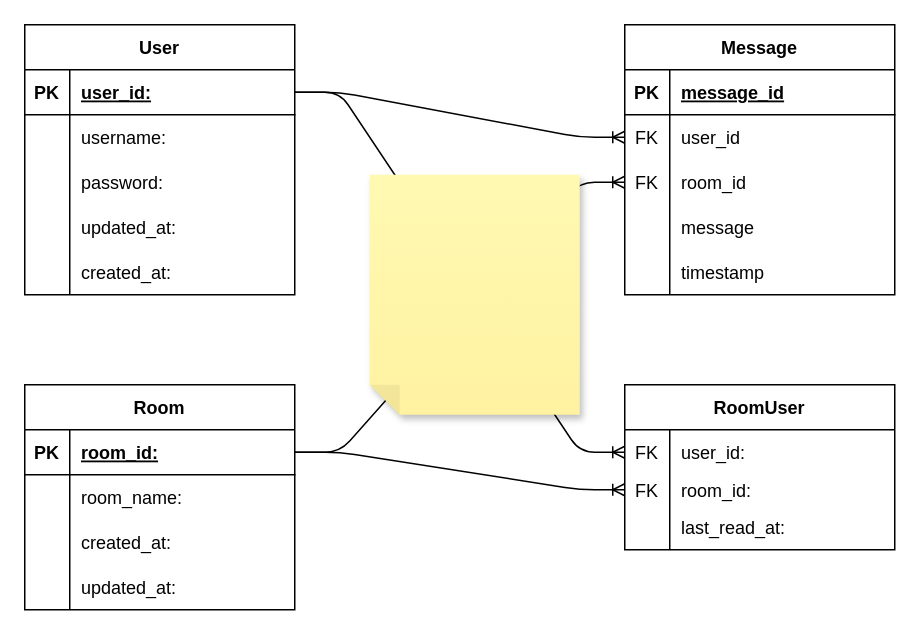
hamuchan214/CN2024morigaki keeps this draw.io diagram as server/ER.dio. Above is the earlier version. Source tidied: cells renumbered, new cells numbered last; positions are measured from the earlier drawing's top-left corner, leaving out a move shared by most shapes. Both pictures are drawn from the tidied source at 150%, with x=0, y=0 at pixel (24, 24).
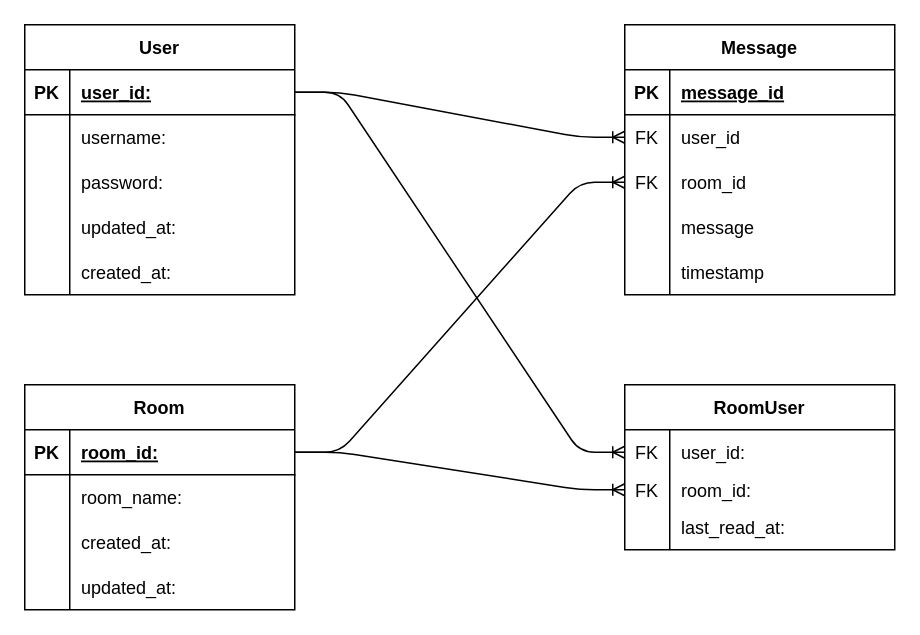
The same page after the edit.

The edit, as a diff of the source:
```diff
@@
-    <mxCell id="61" style="shape=note;whiteSpace=wrap;html=1;backgroundOutline=1;fontColor=#000000;darkOpacity=0.05;fillColor=#FFF9B2;strokeColor=none;fillStyle=solid;direction=west;gradientDirection=north;gradientColor=#FFF2A1;shadow=1;size=20;" parent="1" vertex="1">
-      <mxGeometry x="230" y="100" width="140" height="160" as="geometry" />
-    </mxCell>
```
